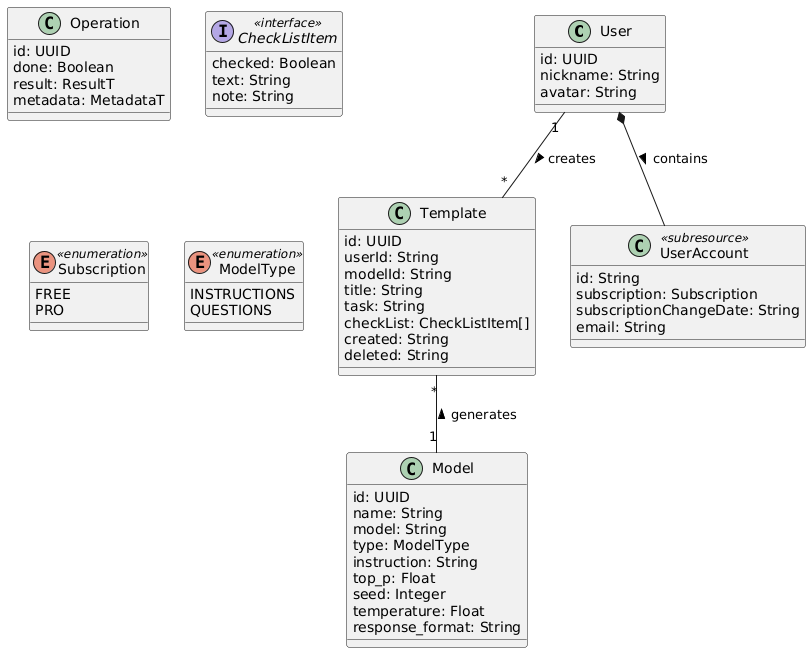
This is wiki/classes.png from schwamic/blueprints, a PlantUML export, as it was before one commit. Source of this version:
```plantuml
@startuml
User "1" -- "*" Template : creates >
User *-- UserAccount : contains >
Template "*" -- "1" Model : generates <

class User {
 id: UUID
 nickname: String
 avatar: String
}

class UserAccount <<subresource>> {
 id: String
 subscription: Subscription
 subscriptionChangeDate: String
 email: String
}

class Template {
 id: UUID
 userId: String
 modelId: String
 title: String
 task: String
 checkList: CheckListItem[]
 created: String
 deleted: String
}

class Model {
 id: UUID
 name: String
 model: String
 type: ModelType
 instruction: String
 top_p: Float
 seed: Integer
 temperature: Float
 response_format: String
}

class Operation {
 id: UUID
 done: Boolean
 result: ResultT
 metadata: MetadataT
}

interface CheckListItem <<interface>> {
 checked: Boolean
 text: String
 note: String
}

enum Subscription <<enumeration>> {
 FREE
 PRO
}

enum ModelType <<enumeration>> {
  INSTRUCTIONS
  QUESTIONS
}
@enduml
```
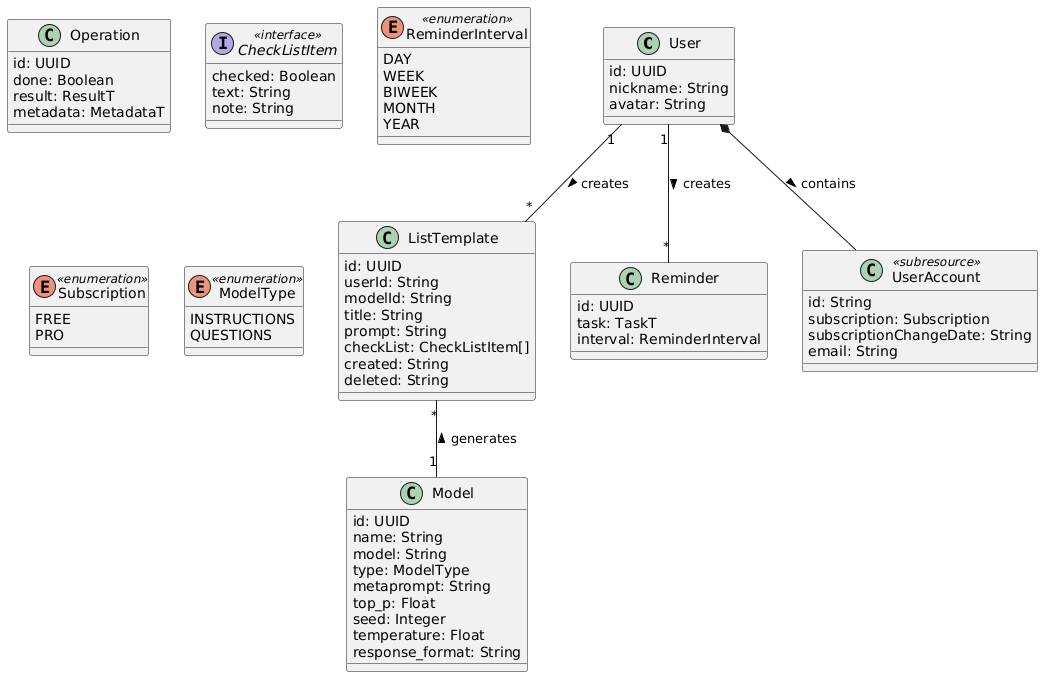
Later version of the same file.

The edit, as a diff of the source:
```diff
@@ -1,7 +1,8 @@
 @startuml
-User "1" -- "*" Template : creates >
+User "1" -- "*" ListTemplate : creates >
+User "1" -- "*" Reminder : creates >
 User *-- UserAccount : contains >
-Template "*" -- "1" Model : generates <
+ListTemplate "*" -- "1" Model : generates <
 
 class User {
  id: UUID
@@ -16,12 +17,12 @@
  email: String
 }
 
-class Template {
+class ListTemplate {
  id: UUID
  userId: String
  modelId: String
  title: String
- task: String
+ prompt: String
  checkList: CheckListItem[]
  created: String
  deleted: String
@@ -32,11 +33,17 @@
  name: String
  model: String
  type: ModelType
- instruction: String
+ metaprompt: String
  top_p: Float
  seed: Integer
  temperature: Float
  response_format: String
+}
+
+class Reminder {
+ id: UUID
+ task: TaskT
+ interval: ReminderInterval
 }
 
 class Operation {
@@ -52,6 +59,14 @@
  note: String
 }
 
+enum ReminderInterval <<enumeration>> {
+ DAY
+ WEEK
+ BIWEEK
+ MONTH
+ YEAR
+}
+
 enum Subscription <<enumeration>> {
  FREE
  PRO
```
